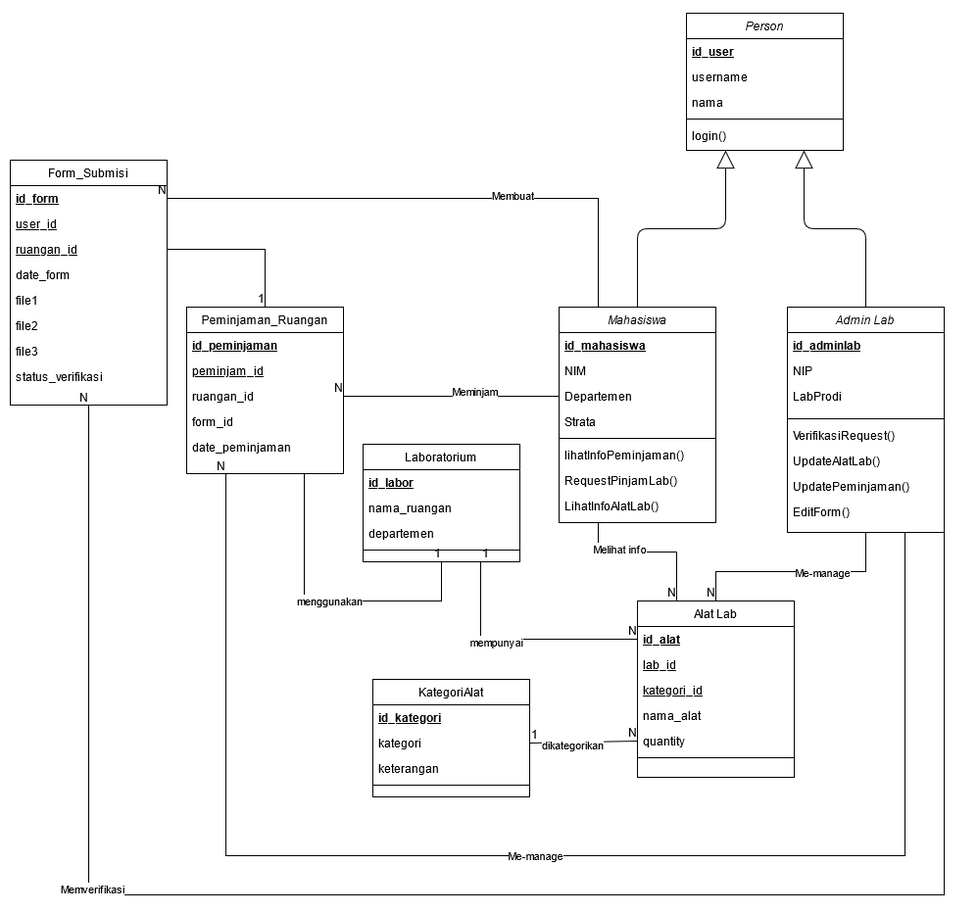
This is lampiran/class.png from alvinferd/SIMALAB-IPB, a draw.io export, as it was before one commit. Source tidied: cells renumbered, new cells last; positions are measured from the earlier drawing's top-left corner, leaving out a move shared by most shapes.
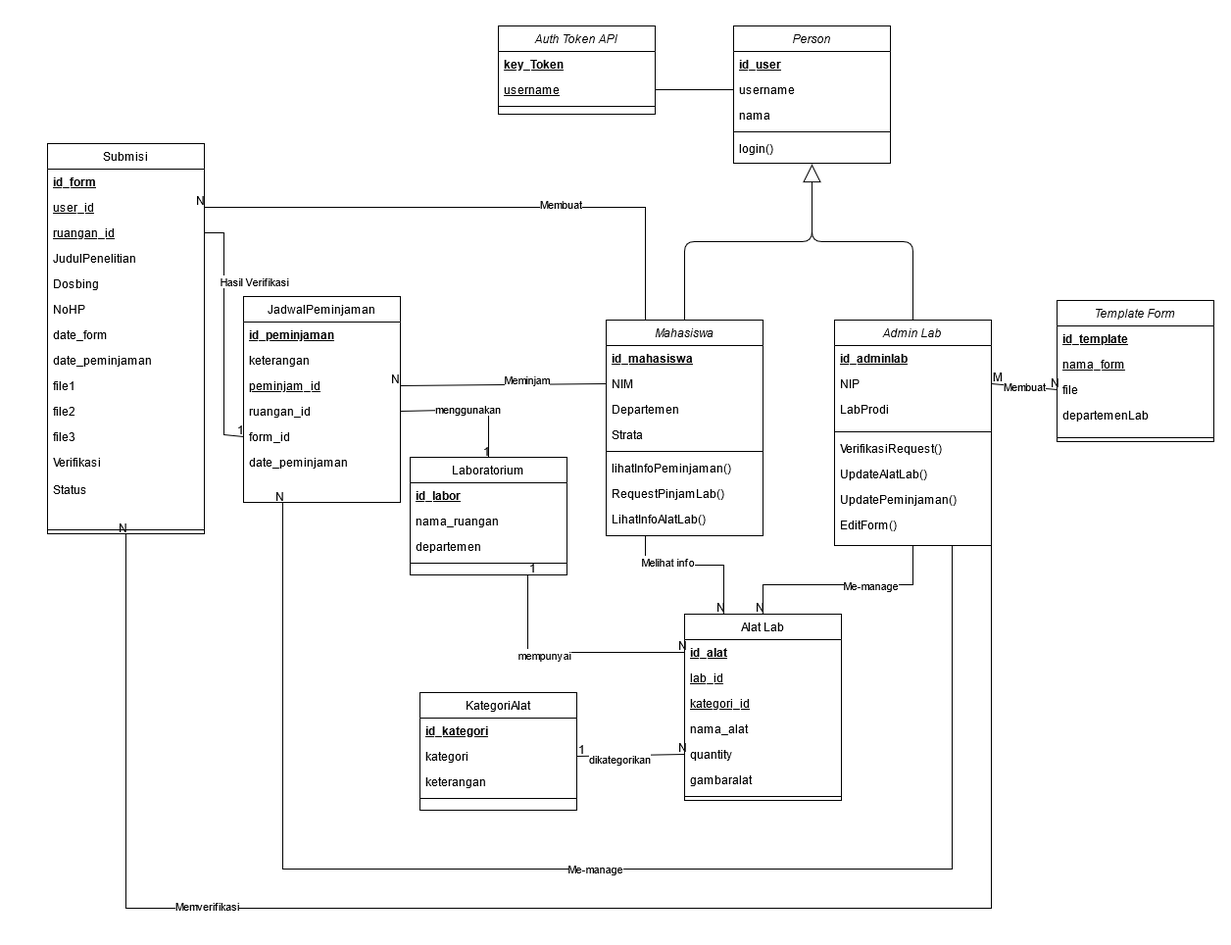
The same diagram one commit later.

The edit, as a diff of the source:
```diff
@@ -5,3 +5,3 @@
     <mxCell id="2" value="Alat Lab" style="swimlane;fontStyle=0;align=center;verticalAlign=top;horizontal=1;startSize=26;rounded=0;shadow=0;strokeWidth=1;" parent="1" vertex="1">
-      <mxGeometry x="640" y="600" width="160" height="180" as="geometry" />
+      <mxGeometry x="640" y="600" width="160" height="190" as="geometry" />
     </mxCell>
@@ -22,4 +22,7 @@
     </mxCell>
+    <mxCell id="89" value="gambaralat" style="text;align=left;verticalAlign=top;spacingLeft=4;spacingRight=4;overflow=hidden;rounded=0;shadow=0;html=0;" parent="2" vertex="1">
+      <mxGeometry y="156" width="160" height="26" as="geometry" />
+    </mxCell>
     <mxCell id="8" style="line;html=1;strokeWidth=1;align=left;verticalAlign=middle;spacingTop=-1;spacingLeft=3;spacingRight=3;labelPosition=right;" parent="2" vertex="1">
-      <mxGeometry y="156" width="160" height="8" as="geometry" />
+      <mxGeometry y="182" width="160" height="8" as="geometry" />
     </mxCell>
@@ -43,7 +46,8 @@
     </mxCell>
-    <mxCell id="15" style="endArrow=block;endSize=16;endFill=0;html=1;exitX=0.5;exitY=0;exitDx=0;exitDy=0;entryX=0.25;entryY=1;entryDx=0;entryDy=0;" parent="1" edge="1" source="26" target="9">
+    <mxCell id="15" style="endArrow=block;endSize=16;endFill=0;html=1;exitX=0.5;exitY=0;exitDx=0;exitDy=0;" parent="1" edge="1" source="26">
       <mxGeometry x="-0.75" y="-740" relative="1" as="geometry">
+        <mxPoint x="770" y="141" as="targetPoint" />
         <Array as="points">
           <mxPoint x="640" y="220" />
-          <mxPoint x="730" y="220" />
+          <mxPoint x="770" y="220" />
         </Array>
@@ -51,10 +55,2 @@
     </mxCell>
-    <mxCell id="16" style="endArrow=block;endSize=16;endFill=0;html=1;entryX=0.75;entryY=1;entryDx=0;entryDy=0;exitX=0.5;exitY=0;exitDx=0;exitDy=0;" parent="1" edge="1" source="17" target="9">
-      <mxGeometry x="-0.75" y="-740" relative="1" as="geometry">
-        <Array as="points">
-          <mxPoint x="873" y="220" />
-          <mxPoint x="810" y="220" />
-        </Array>
-      </mxGeometry>
-    </mxCell>
     <mxCell id="17" value="Admin Lab" style="swimlane;fontStyle=2;align=center;verticalAlign=top;horizontal=1;startSize=26;rounded=0;shadow=0;strokeWidth=1;" parent="1" vertex="1">
@@ -185,4 +181,4 @@
     </mxCell>
-    <mxCell id="55" value="Peminjaman_Ruangan" style="swimlane;fontStyle=0;align=center;verticalAlign=top;horizontal=1;startSize=26;rounded=0;shadow=0;strokeWidth=1;" parent="1" vertex="1">
-      <mxGeometry x="180" y="300" width="160" height="170" as="geometry" />
+    <mxCell id="55" value="JadwalPeminjaman" style="swimlane;fontStyle=0;align=center;verticalAlign=top;horizontal=1;startSize=26;rounded=0;shadow=0;strokeWidth=1;" parent="1" vertex="1">
+      <mxGeometry x="190" y="276" width="160" height="210" as="geometry" />
     </mxCell>
@@ -191,15 +187,18 @@
     </mxCell>
+    <mxCell id="90" value="keterangan" style="text;align=left;verticalAlign=top;spacingLeft=4;spacingRight=4;overflow=hidden;rounded=0;shadow=0;html=0;" parent="55" vertex="1">
+      <mxGeometry y="52" width="160" height="26" as="geometry" />
+    </mxCell>
     <mxCell id="57" value="peminjam_id" style="text;align=left;verticalAlign=top;spacingLeft=4;spacingRight=4;overflow=hidden;points=[[0,0.5],[1,0.5]];portConstraint=eastwest;rounded=0;shadow=0;html=0;fontStyle=4;" parent="55" vertex="1">
-      <mxGeometry y="52" width="160" height="26" as="geometry" />
+      <mxGeometry y="78" width="160" height="26" as="geometry" />
     </mxCell>
     <mxCell id="58" value="ruangan_id" style="text;align=left;verticalAlign=top;spacingLeft=4;spacingRight=4;overflow=hidden;points=[[0,0.5],[1,0.5]];portConstraint=eastwest;rounded=0;shadow=0;html=0;" parent="55" vertex="1">
-      <mxGeometry y="78" width="160" height="26" as="geometry" />
+      <mxGeometry y="104" width="160" height="26" as="geometry" />
     </mxCell>
     <mxCell id="59" value="form_id" style="text;align=left;verticalAlign=top;spacingLeft=4;spacingRight=4;overflow=hidden;points=[[0,0.5],[1,0.5]];portConstraint=eastwest;rounded=0;shadow=0;html=0;" parent="55" vertex="1">
-      <mxGeometry y="104" width="160" height="26" as="geometry" />
+      <mxGeometry y="130" width="160" height="26" as="geometry" />
     </mxCell>
     <mxCell id="60" value="date_peminjaman" style="text;align=left;verticalAlign=top;spacingLeft=4;spacingRight=4;overflow=hidden;rounded=0;shadow=0;html=0;" parent="55" vertex="1">
-      <mxGeometry y="130" width="160" height="26" as="geometry" />
+      <mxGeometry y="156" width="160" height="26" as="geometry" />
     </mxCell>
-    <mxCell id="61" style="endArrow=none;html=1;rounded=0;entryX=1;entryY=0.5;entryDx=0;entryDy=0;exitX=0;exitY=0.5;exitDx=0;exitDy=0;" parent="1" edge="1" source="29" target="58">
+    <mxCell id="61" style="endArrow=none;html=1;rounded=0;entryX=1;entryY=0.5;entryDx=0;entryDy=0;exitX=0;exitY=0.5;exitDx=0;exitDy=0;" parent="1" edge="1" source="28" target="57">
       <mxGeometry relative="1" as="geometry" />
@@ -212,7 +211,6 @@
     </mxCell>
-    <mxCell id="64" value="menggunakan" style="endArrow=none;html=1;rounded=0;entryX=0.5;entryY=1;entryDx=0;entryDy=0;exitX=0.75;exitY=1;exitDx=0;exitDy=0;" parent="1" edge="1" source="55" target="50">
+    <mxCell id="64" value="menggunakan" style="endArrow=none;html=1;rounded=0;entryX=0.5;entryY=0;entryDx=0;entryDy=0;exitX=1;exitY=0.5;exitDx=0;exitDy=0;" parent="1" edge="1" source="58" target="50">
       <mxGeometry relative="1" as="geometry">
         <Array as="points">
-          <mxPoint x="300" y="600" />
-          <mxPoint x="440" y="600" />
+          <mxPoint x="440" y="391" />
         </Array>
@@ -223,3 +221,3 @@
     </mxCell>
-    <mxCell id="66" style="endArrow=none;html=1;rounded=0;entryX=0.5;entryY=1;entryDx=0;entryDy=0;exitX=1;exitY=1;exitDx=0;exitDy=0;" parent="1" edge="1" source="17" target="73">
+    <mxCell id="66" style="endArrow=none;html=1;rounded=0;entryX=0.5;entryY=1;entryDx=0;entryDy=0;exitX=1;exitY=1;exitDx=0;exitDy=0;" parent="1" edge="1" source="17" target="101">
       <mxGeometry relative="1" as="geometry">
@@ -227,3 +225,3 @@
           <mxPoint x="953" y="900" />
-          <mxPoint x="80" y="900" />
+          <mxPoint x="70" y="900" />
         </Array>
@@ -253,29 +251,2 @@
     </mxCell>
-    <mxCell id="73" value="Form_Submisi" style="swimlane;fontStyle=0;align=center;verticalAlign=top;horizontal=1;startSize=26;rounded=0;shadow=0;strokeWidth=1;" parent="1" vertex="1">
-      <mxGeometry y="150" width="160" height="250" as="geometry" />
-    </mxCell>
-    <mxCell id="74" value="id_form" style="text;align=left;verticalAlign=top;spacingLeft=4;spacingRight=4;overflow=hidden;points=[[0,0.5],[1,0.5]];portConstraint=eastwest;fontStyle=5;" parent="73" vertex="1">
-      <mxGeometry y="26" width="160" height="26" as="geometry" />
-    </mxCell>
-    <mxCell id="75" value="user_id" style="text;align=left;verticalAlign=top;spacingLeft=4;spacingRight=4;overflow=hidden;points=[[0,0.5],[1,0.5]];portConstraint=eastwest;rounded=0;shadow=0;html=0;fontStyle=4;" parent="73" vertex="1">
-      <mxGeometry y="52" width="160" height="26" as="geometry" />
-    </mxCell>
-    <mxCell id="76" value="ruangan_id" style="text;align=left;verticalAlign=top;spacingLeft=4;spacingRight=4;overflow=hidden;points=[[0,0.5],[1,0.5]];portConstraint=eastwest;rounded=0;shadow=0;html=0;fontStyle=4;" parent="73" vertex="1">
-      <mxGeometry y="78" width="160" height="26" as="geometry" />
-    </mxCell>
-    <mxCell id="77" value="date_form" style="text;align=left;verticalAlign=top;spacingLeft=4;spacingRight=4;overflow=hidden;rounded=0;shadow=0;html=0;" parent="73" vertex="1">
-      <mxGeometry y="104" width="160" height="26" as="geometry" />
-    </mxCell>
-    <mxCell id="78" value="file1" style="text;align=left;verticalAlign=top;spacingLeft=4;spacingRight=4;overflow=hidden;rounded=0;shadow=0;html=0;" parent="73" vertex="1">
-      <mxGeometry y="130" width="160" height="26" as="geometry" />
-    </mxCell>
-    <mxCell id="79" value="file2" style="text;align=left;verticalAlign=top;spacingLeft=4;spacingRight=4;overflow=hidden;rounded=0;shadow=0;html=0;" parent="73" vertex="1">
-      <mxGeometry y="156" width="160" height="26" as="geometry" />
-    </mxCell>
-    <mxCell id="80" value="file3" style="text;align=left;verticalAlign=top;spacingLeft=4;spacingRight=4;overflow=hidden;rounded=0;shadow=0;html=0;" parent="73" vertex="1">
-      <mxGeometry y="182" width="160" height="26" as="geometry" />
-    </mxCell>
-    <mxCell id="81" value="status_verifikasi" style="text;align=left;verticalAlign=top;spacingLeft=4;spacingRight=4;overflow=hidden;rounded=0;shadow=0;html=0;" parent="73" vertex="1">
-      <mxGeometry y="208" width="160" height="26" as="geometry" />
-    </mxCell>
     <mxCell id="82" value="Me-manage" style="endArrow=none;html=1;rounded=0;entryX=0.25;entryY=1;entryDx=0;entryDy=0;exitX=0.75;exitY=1;exitDx=0;exitDy=0;" parent="1" edge="1" source="17" target="55">
@@ -284,3 +255,3 @@
           <mxPoint x="913" y="860" />
-          <mxPoint x="220" y="860" />
+          <mxPoint x="230" y="860" />
         </Array>
@@ -291,6 +262,6 @@
     </mxCell>
-    <mxCell id="84" style="endArrow=none;html=1;rounded=0;entryX=1;entryY=0.5;entryDx=0;entryDy=0;exitX=0.25;exitY=0;exitDx=0;exitDy=0;" parent="1" edge="1" source="26" target="74">
+    <mxCell id="84" style="endArrow=none;html=1;rounded=0;entryX=1;entryY=0.5;entryDx=0;entryDy=0;exitX=0.25;exitY=0;exitDx=0;exitDy=0;" parent="1" edge="1" source="26" target="75">
       <mxGeometry relative="1" as="geometry">
         <Array as="points">
-          <mxPoint x="600" y="189" />
+          <mxPoint x="600" y="185" />
         </Array>
@@ -304,7 +275,7 @@
     </mxCell>
-    <mxCell id="87" style="endArrow=none;html=1;rounded=0;exitX=1;exitY=0.5;exitDx=0;exitDy=0;" parent="1" edge="1" source="76">
+    <mxCell id="87" style="endArrow=none;html=1;rounded=0;exitX=1;exitY=0.5;exitDx=0;exitDy=0;entryX=0;entryY=0.5;entryDx=0;entryDy=0;" parent="1" edge="1" source="76" target="59">
       <mxGeometry relative="1" as="geometry">
-        <mxPoint x="260" y="300" as="targetPoint" />
         <Array as="points">
-          <mxPoint x="260" y="241" />
+          <mxPoint x="170" y="211" />
+          <mxPoint x="170" y="417" />
         </Array>
@@ -315,2 +286,103 @@
     </mxCell>
+    <mxCell id="91" value="Hasil Verifikasi" style="edgeLabel;html=1;align=center;verticalAlign=middle;" parent="87" vertex="1">
+      <mxGeometry x="-0.43" y="2" relative="1" as="geometry">
+        <mxPoint x="28" as="offset" />
+      </mxGeometry>
+    </mxCell>
+    <mxCell id="92" value="Template Form" style="swimlane;fontStyle=2;align=center;verticalAlign=top;horizontal=1;startSize=26;rounded=0;shadow=0;strokeWidth=1;" parent="1" vertex="1">
+      <mxGeometry x="1020" y="280" width="160" height="144" as="geometry" />
+    </mxCell>
+    <mxCell id="93" value="id_template" style="text;align=left;verticalAlign=top;spacingLeft=4;spacingRight=4;overflow=hidden;rounded=0;shadow=0;html=0;fontStyle=5;" parent="92" vertex="1">
+      <mxGeometry y="26" width="160" height="26" as="geometry" />
+    </mxCell>
+    <mxCell id="94" value="nama_form" style="text;align=left;verticalAlign=top;spacingLeft=4;spacingRight=4;overflow=hidden;rounded=0;shadow=0;html=0;fontStyle=4;" parent="92" vertex="1">
+      <mxGeometry y="52" width="160" height="26" as="geometry" />
+    </mxCell>
+    <mxCell id="95" value="file" style="text;align=left;verticalAlign=top;spacingLeft=4;spacingRight=4;overflow=hidden;points=[[0,0.5],[1,0.5]];portConstraint=eastwest;rounded=0;shadow=0;html=0;" parent="92" vertex="1">
+      <mxGeometry y="78" width="160" height="26" as="geometry" />
+    </mxCell>
+    <mxCell id="96" value="departemenLab" style="text;align=left;verticalAlign=top;spacingLeft=4;spacingRight=4;overflow=hidden;rounded=0;shadow=0;html=0;" parent="92" vertex="1">
+      <mxGeometry y="104" width="160" height="32" as="geometry" />
+    </mxCell>
+    <mxCell id="97" style="line;html=1;strokeWidth=1;align=left;verticalAlign=middle;spacingTop=-1;spacingLeft=3;spacingRight=3;labelPosition=right;" parent="92" vertex="1">
+      <mxGeometry y="136" width="160" height="8" as="geometry" />
+    </mxCell>
+    <mxCell id="98" value="Membuat" style="endArrow=none;html=1;rounded=0;exitX=1;exitY=0.5;exitDx=0;exitDy=0;entryX=0;entryY=0.5;entryDx=0;entryDy=0;" parent="1" edge="1" source="19" target="95">
+      <mxGeometry relative="1" as="geometry" />
+    </mxCell>
+    <mxCell id="99" value="M" style="html=1;align=left;verticalAlign=bottom;" parent="98" vertex="1">
+      <mxGeometry x="-1" relative="1" as="geometry" />
+    </mxCell>
+    <mxCell id="100" value="N" style="html=1;align=right;verticalAlign=bottom;" parent="98" vertex="1">
+      <mxGeometry x="1" relative="1" as="geometry" />
+    </mxCell>
+    <mxCell id="101" value="Submisi" style="swimlane;fontStyle=0;align=center;verticalAlign=top;horizontal=1;startSize=26;rounded=0;shadow=0;strokeWidth=1;" parent="1" vertex="1">
+      <mxGeometry x="-10" y="120" width="160" height="398" as="geometry" />
+    </mxCell>
+    <mxCell id="74" value="id_form" style="text;align=left;verticalAlign=top;spacingLeft=4;spacingRight=4;overflow=hidden;points=[[0,0.5],[1,0.5]];portConstraint=eastwest;fontStyle=5;" parent="101" vertex="1">
+      <mxGeometry y="26" width="160" height="26" as="geometry" />
+    </mxCell>
+    <mxCell id="75" value="user_id" style="text;align=left;verticalAlign=top;spacingLeft=4;spacingRight=4;overflow=hidden;points=[[0,0.5],[1,0.5]];portConstraint=eastwest;rounded=0;shadow=0;html=0;fontStyle=4;" parent="101" vertex="1">
+      <mxGeometry y="52" width="160" height="26" as="geometry" />
+    </mxCell>
+    <mxCell id="76" value="ruangan_id" style="text;align=left;verticalAlign=top;spacingLeft=4;spacingRight=4;overflow=hidden;points=[[0,0.5],[1,0.5]];portConstraint=eastwest;rounded=0;shadow=0;html=0;fontStyle=4;" parent="101" vertex="1">
+      <mxGeometry y="78" width="160" height="26" as="geometry" />
+    </mxCell>
+    <mxCell id="102" value="JudulPenelitian" style="text;align=left;verticalAlign=top;spacingLeft=4;spacingRight=4;overflow=hidden;rounded=0;shadow=0;html=0;" parent="101" vertex="1">
+      <mxGeometry y="104" width="160" height="26" as="geometry" />
+    </mxCell>
+    <mxCell id="103" value="Dosbing" style="text;align=left;verticalAlign=top;spacingLeft=4;spacingRight=4;overflow=hidden;rounded=0;shadow=0;html=0;" parent="101" vertex="1">
+      <mxGeometry y="130" width="160" height="26" as="geometry" />
+    </mxCell>
+    <mxCell id="104" value="NoHP" style="text;align=left;verticalAlign=top;spacingLeft=4;spacingRight=4;overflow=hidden;rounded=0;shadow=0;html=0;" parent="101" vertex="1">
+      <mxGeometry y="156" width="160" height="26" as="geometry" />
+    </mxCell>
+    <mxCell id="77" value="date_form" style="text;align=left;verticalAlign=top;spacingLeft=4;spacingRight=4;overflow=hidden;rounded=0;shadow=0;html=0;" parent="101" vertex="1">
+      <mxGeometry y="182" width="160" height="26" as="geometry" />
+    </mxCell>
+    <mxCell id="105" value="date_peminjaman" style="text;align=left;verticalAlign=top;spacingLeft=4;spacingRight=4;overflow=hidden;rounded=0;shadow=0;html=0;" parent="101" vertex="1">
+      <mxGeometry y="208" width="160" height="26" as="geometry" />
+    </mxCell>
+    <mxCell id="78" value="file1" style="text;align=left;verticalAlign=top;spacingLeft=4;spacingRight=4;overflow=hidden;rounded=0;shadow=0;html=0;" parent="101" vertex="1">
+      <mxGeometry y="234" width="160" height="26" as="geometry" />
+    </mxCell>
+    <mxCell id="79" value="file2" style="text;align=left;verticalAlign=top;spacingLeft=4;spacingRight=4;overflow=hidden;rounded=0;shadow=0;html=0;" parent="101" vertex="1">
+      <mxGeometry y="260" width="160" height="26" as="geometry" />
+    </mxCell>
+    <mxCell id="80" value="file3" style="text;align=left;verticalAlign=top;spacingLeft=4;spacingRight=4;overflow=hidden;rounded=0;shadow=0;html=0;" parent="101" vertex="1">
+      <mxGeometry y="286" width="160" height="26" as="geometry" />
+    </mxCell>
+    <mxCell id="106" value="Verifikasi" style="text;align=left;verticalAlign=top;spacingLeft=4;spacingRight=4;overflow=hidden;rounded=0;shadow=0;html=0;" parent="101" vertex="1">
+      <mxGeometry y="312" width="160" height="78" as="geometry" />
+    </mxCell>
+    <mxCell id="107" style="line;html=1;strokeWidth=1;align=left;verticalAlign=middle;spacingTop=-1;spacingLeft=3;spacingRight=3;labelPosition=right;" parent="101" vertex="1">
+      <mxGeometry y="390" width="160" height="8" as="geometry" />
+    </mxCell>
+    <mxCell id="108" value="Status" style="text;align=left;verticalAlign=top;spacingLeft=4;spacingRight=4;overflow=hidden;rounded=0;shadow=0;html=0;" parent="1" vertex="1">
+      <mxGeometry x="-10" y="460" width="160" height="26" as="geometry" />
+    </mxCell>
+    <mxCell id="109" style="endArrow=none;html=1;entryX=0.5;entryY=0;entryDx=0;entryDy=0;" parent="1" edge="1" target="17">
+      <mxGeometry relative="1" as="geometry">
+        <mxPoint x="770" y="200" as="sourcePoint" />
+        <Array as="points">
+          <mxPoint x="770" y="220" />
+          <mxPoint x="873" y="220" />
+        </Array>
+      </mxGeometry>
+    </mxCell>
+    <mxCell id="110" value="Auth Token API" style="swimlane;fontStyle=2;align=center;verticalAlign=top;horizontal=1;startSize=26;rounded=0;shadow=0;strokeWidth=1;" parent="1" vertex="1">
+      <mxGeometry x="450" width="160" height="90" as="geometry" />
+    </mxCell>
+    <mxCell id="111" value="key_Token" style="text;align=left;verticalAlign=top;spacingLeft=4;spacingRight=4;overflow=hidden;fontStyle=5;" parent="110" vertex="1">
+      <mxGeometry y="26" width="160" height="26" as="geometry" />
+    </mxCell>
+    <mxCell id="112" value="username" style="text;align=left;verticalAlign=top;spacingLeft=4;spacingRight=4;overflow=hidden;points=[[0,0.5],[1,0.5]];portConstraint=eastwest;rounded=0;shadow=0;html=0;fontStyle=4;" parent="110" vertex="1">
+      <mxGeometry y="52" width="160" height="26" as="geometry" />
+    </mxCell>
+    <mxCell id="113" style="line;html=1;strokeWidth=1;align=left;verticalAlign=middle;spacingTop=-1;spacingLeft=3;spacingRight=3;labelPosition=right;" parent="110" vertex="1">
+      <mxGeometry y="78" width="160" height="8" as="geometry" />
+    </mxCell>
+    <mxCell id="114" style="endArrow=none;html=1;entryX=0;entryY=0.5;entryDx=0;entryDy=0;exitX=1;exitY=0.5;exitDx=0;exitDy=0;" parent="1" edge="1" source="112" target="11">
+      <mxGeometry relative="1" as="geometry" />
+    </mxCell>
   </root>
```
